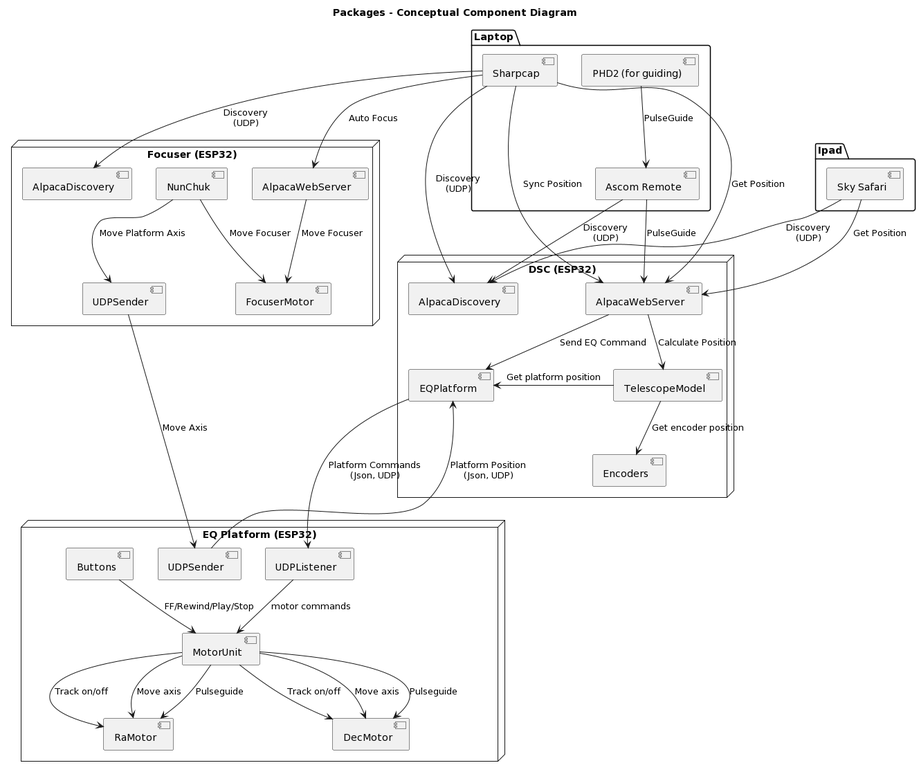
The PlantUML diagram docs/diagrams/out/ComponentDiagram.png in jacrify/FrankenDobDSC, before a commit.
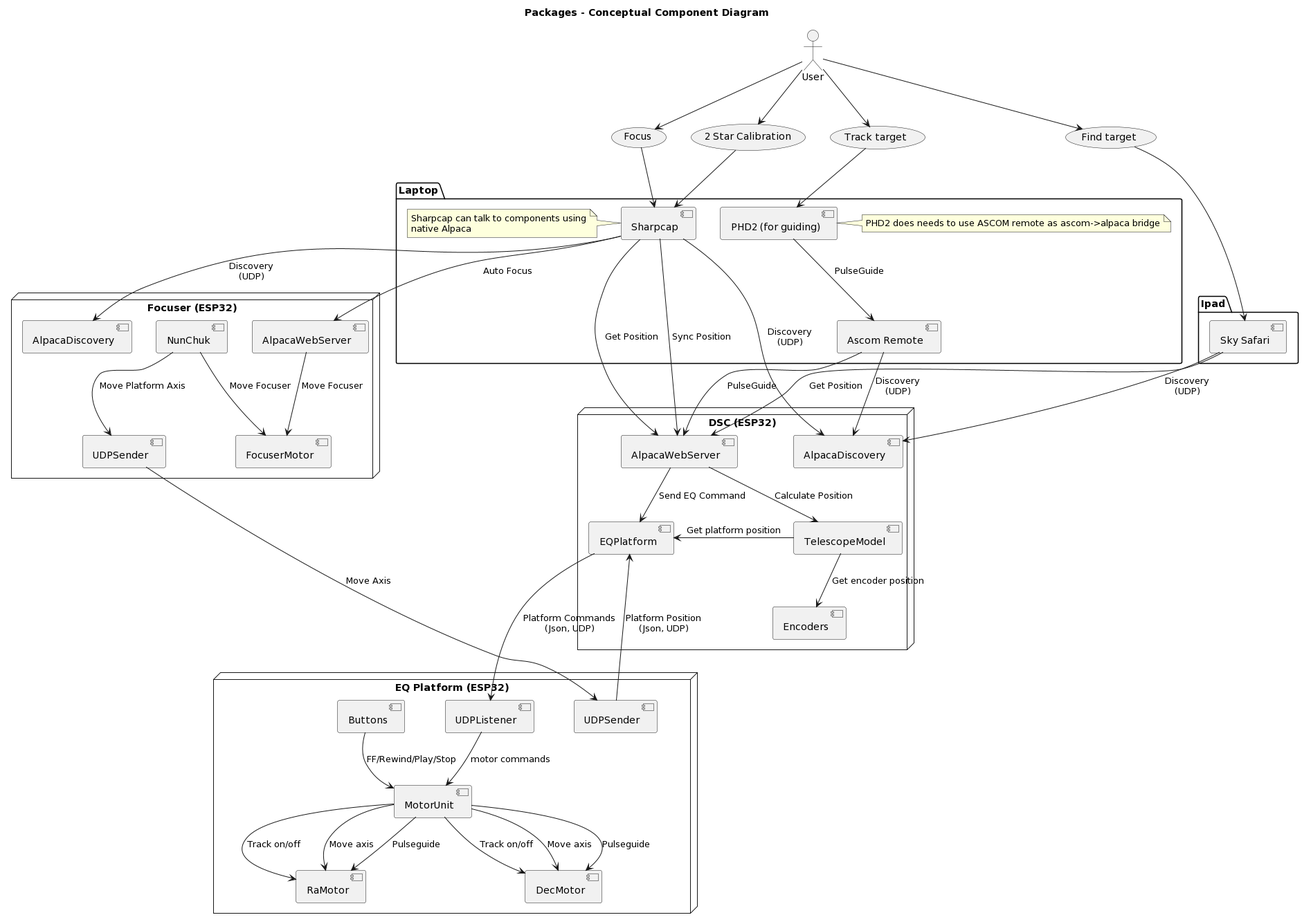
After the change.

Diff of the diagram source:
```diff
@@ -1,10 +1,24 @@
 @startuml
 title Packages - Conceptual Component Diagram
+
+:User: --> (FindTarget)
+:User: --> (TrackTarget)
+:User: --> (2Star)
+:User: --> (Focus)
+"Find target" as (FindTarget)
+"Track target" as (TrackTarget)
+"2 Star Calibration" as (2Star)
+
+
+
+
 
 package "Laptop" {
     component [PHD2 (for guiding)] as PHD2
     component [Sharpcap] as Sharpcap
     component [Ascom Remote] as AscomRemote
+    note left of Sharpcap : Sharpcap can talk to components using\nnative Alpaca
+    note right of PHD2 : PHD2 does needs to use ASCOM remote as ascom->alpaca bridge
 
 }
 package "Ipad" {
@@ -73,4 +87,10 @@
 MotorUnit-->DecMotor : "Move axis"
 MotorUnit-->DecMotor : "Pulseguide"
 Buttons-->MotorUnit: "FF/Rewind/Play/Stop"
+
+
+FindTarget-down->SkySafari
+2Star-down->Sharpcap
+TrackTarget-down->PHD2
+Focus-down->Sharpcap
 @enduml
```
